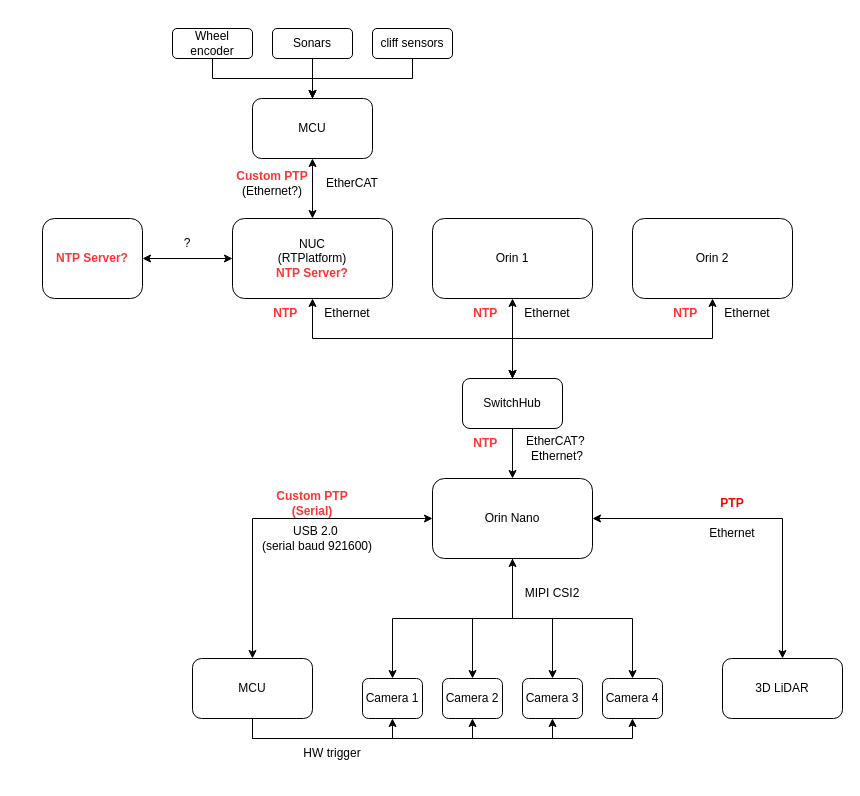
This is 260122_vision_sensor_hw_config.drawio from chkim-holiday/draw_io_storage, a draw.io file, before an edit. Source tidied: cells renumbered, new cells numbered last; positions are measured from the earlier drawing's top-left corner, leaving out a move shared by most shapes. Both pictures are drawn from the tidied source at 100%, with x=0, y=0 at pixel (42, 28).
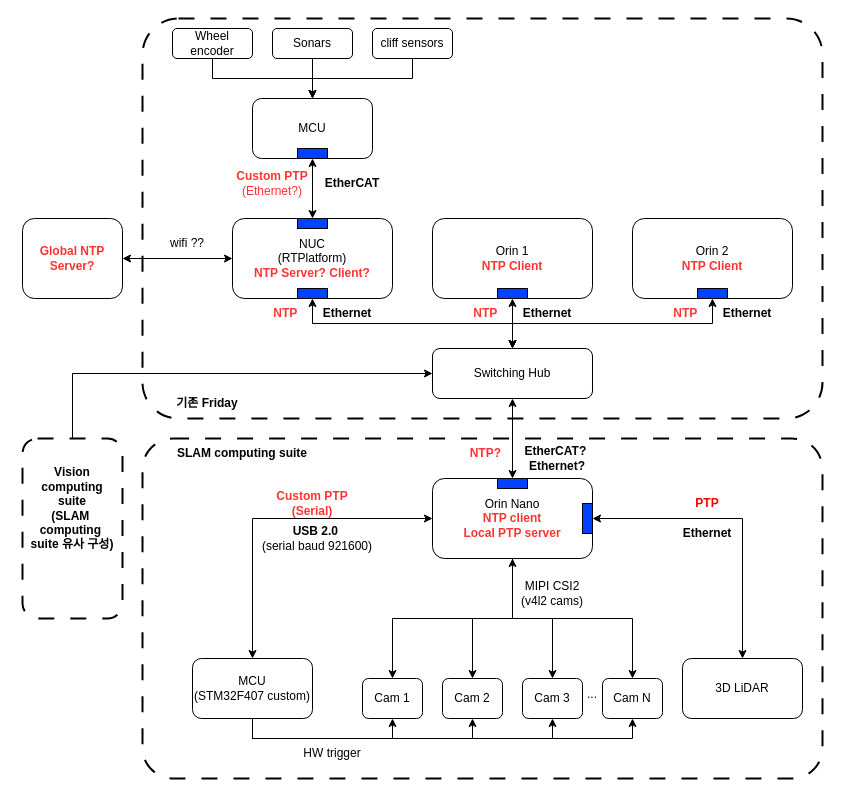
The same diagram, later.

The edit, as a diff of the source:
```diff
@@
+    <mxCell id="54" style="rounded=1;whiteSpace=wrap;html=1;fillColor=none;dashed=1;dashPattern=8 8;arcSize=9;strokeWidth=2;" parent="1" vertex="1">
+      <mxGeometry x="100" y="-10" width="680" height="400" as="geometry" />
+    </mxCell>
+    <mxCell id="55" style="rounded=1;whiteSpace=wrap;html=1;fillColor=none;dashed=1;dashPattern=8 8;arcSize=9;strokeWidth=2;" parent="1" vertex="1">
+      <mxGeometry x="100" y="410" width="680" height="340" as="geometry" />
+    </mxCell>
@@
-    <mxCell id="8" style="edgeStyle=orthogonalEdgeStyle;rounded=0;jettySize=auto;html=1;exitX=0.5;exitY=0;exitDx=0;exitDy=0;entryX=0.5;entryY=1;entryDx=0;entryDy=0;startArrow=classic;startFill=1;" parent="1" edge="1" source="9">
-      <mxGeometry relative="1" as="geometry">
-        <mxPoint x="470" y="370" as="targetPoint" />
-      </mxGeometry>
-    </mxCell>
-    <mxCell id="9" value="Orin Nano" style="rounded=1;whiteSpace=wrap;html=1;" parent="1" vertex="1">
+    <mxCell id="9" value="Orin Nano&lt;div&gt;&lt;b&gt;&lt;font style=&quot;color: rgb(255, 51, 51);&quot;&gt;NTP client&lt;/font&gt;&lt;/b&gt;&lt;/div&gt;&lt;div&gt;&lt;b&gt;&lt;font style=&quot;color: rgb(255, 51, 51);&quot;&gt;Local PTP server&lt;/font&gt;&lt;/b&gt;&lt;/div&gt;" style="rounded=1;whiteSpace=wrap;html=1;" parent="1" vertex="1">
       <mxGeometry x="390" y="450" width="160" height="80" as="geometry" />
     </mxCell>
@@
-    <mxCell id="14" value="MCU" style="rounded=1;whiteSpace=wrap;html=1;" parent="1" vertex="1">
+    <mxCell id="14" value="MCU&lt;div&gt;(STM32F407 custom)&lt;/div&gt;" style="rounded=1;whiteSpace=wrap;html=1;" parent="1" vertex="1">
       <mxGeometry x="150" y="630" width="120" height="60" as="geometry" />
     </mxCell>
-    <mxCell id="15" value="Camera 1" style="rounded=1;whiteSpace=wrap;html=1;" parent="1" vertex="1">
+    <mxCell id="15" value="Cam 1" style="rounded=1;whiteSpace=wrap;html=1;" parent="1" vertex="1">
       <mxGeometry x="320" y="650" width="60" height="40" as="geometry" />
     </mxCell>
-    <mxCell id="16" value="Camera 2" style="rounded=1;whiteSpace=wrap;html=1;" parent="1" vertex="1">
+    <mxCell id="16" value="Cam 2" style="rounded=1;whiteSpace=wrap;html=1;" parent="1" vertex="1">
       <mxGeometry x="400" y="650" width="60" height="40" as="geometry" />
     </mxCell>
-    <mxCell id="17" value="Camera 3" style="rounded=1;whiteSpace=wrap;html=1;" parent="1" vertex="1">
+    <mxCell id="17" value="Cam 3" style="rounded=1;whiteSpace=wrap;html=1;" parent="1" vertex="1">
       <mxGeometry x="480" y="650" width="60" height="40" as="geometry" />
     </mxCell>
-    <mxCell id="18" value="Camera 4" style="rounded=1;whiteSpace=wrap;html=1;" parent="1" vertex="1">
+    <mxCell id="18" value="Cam N" style="rounded=1;whiteSpace=wrap;html=1;" parent="1" vertex="1">
       <mxGeometry x="560" y="650" width="60" height="40" as="geometry" />
     </mxCell>
-    <mxCell id="19" value="USB 2.0&amp;nbsp;&lt;div&gt;(serial baud 921600)&lt;/div&gt;" style="text;html=1;whiteSpace=wrap;strokeColor=none;fillColor=none;align=center;verticalAlign=middle;rounded=0;" parent="1" vertex="1">
+    <mxCell id="19" value="&lt;b&gt;USB 2.0&amp;nbsp;&lt;/b&gt;&lt;div&gt;(serial baud 921600)&lt;/div&gt;" style="text;html=1;whiteSpace=wrap;strokeColor=none;fillColor=none;align=center;verticalAlign=middle;rounded=0;" parent="1" vertex="1">
       <mxGeometry x="210" y="490" width="130" height="40" as="geometry" />
     </mxCell>
-    <mxCell id="20" value="MIPI CSI2" style="text;html=1;whiteSpace=wrap;strokeColor=none;fillColor=none;align=center;verticalAlign=middle;rounded=0;" parent="1" vertex="1">
-      <mxGeometry x="470" y="550" width="80" height="30" as="geometry" />
+    <mxCell id="20" value="MIPI CSI2&lt;div&gt;(v4l2 cams)&lt;/div&gt;" style="text;html=1;whiteSpace=wrap;strokeColor=none;fillColor=none;align=center;verticalAlign=middle;rounded=0;" parent="1" vertex="1">
+      <mxGeometry x="465" y="545" width="90" height="40" as="geometry" />
     </mxCell>
     <mxCell id="21" value="3D LiDAR" style="rounded=1;whiteSpace=wrap;html=1;" parent="1" vertex="1">
-      <mxGeometry x="680" y="630" width="120" height="60" as="geometry" />
+      <mxGeometry x="640" y="630" width="120" height="60" as="geometry" />
     </mxCell>
-    <mxCell id="22" value="Ethernet" style="text;html=1;whiteSpace=wrap;strokeColor=none;fillColor=none;align=center;verticalAlign=middle;rounded=0;" parent="1" vertex="1">
-      <mxGeometry x="655" y="490" width="70" height="30" as="geometry" />
+    <mxCell id="22" value="&lt;b&gt;Ethernet&lt;/b&gt;" style="text;html=1;whiteSpace=wrap;strokeColor=none;fillColor=none;align=center;verticalAlign=middle;rounded=0;" parent="1" vertex="1">
+      <mxGeometry x="630" y="490" width="70" height="30" as="geometry" />
     </mxCell>
@@
-    <mxCell id="24" value="EtherCAT?&amp;nbsp;&lt;div&gt;Ethernet?&lt;/div&gt;" style="text;html=1;whiteSpace=wrap;strokeColor=none;fillColor=none;align=center;verticalAlign=middle;rounded=0;" parent="1" vertex="1">
-      <mxGeometry x="470" y="400" width="90" height="40" as="geometry" />
+    <mxCell id="24" value="&lt;b&gt;EtherCAT?&amp;nbsp;&lt;/b&gt;&lt;div&gt;&lt;b&gt;Ethernet?&lt;/b&gt;&lt;/div&gt;" style="text;html=1;whiteSpace=wrap;strokeColor=none;fillColor=none;align=center;verticalAlign=middle;rounded=0;" parent="1" vertex="1">
+      <mxGeometry x="470" y="410" width="90" height="40" as="geometry" />
     </mxCell>
@@
-    <mxCell id="26" value="&lt;b&gt;&lt;font style=&quot;color: rgb(255, 51, 51);&quot;&gt;NTP&amp;nbsp;&lt;/font&gt;&lt;/b&gt;" style="text;html=1;whiteSpace=wrap;strokeColor=none;fillColor=none;align=center;verticalAlign=middle;rounded=0;" parent="1" vertex="1">
-      <mxGeometry x="420" y="400" width="50" height="30" as="geometry" />
+    <mxCell id="26" value="&lt;b&gt;&lt;font style=&quot;color: rgb(255, 51, 51);&quot;&gt;NTP?&amp;nbsp;&lt;/font&gt;&lt;/b&gt;" style="text;html=1;whiteSpace=wrap;strokeColor=none;fillColor=none;align=center;verticalAlign=middle;rounded=0;" parent="1" vertex="1">
+      <mxGeometry x="415" y="410" width="60" height="30" as="geometry" />
     </mxCell>
     <mxCell id="27" value="&lt;b&gt;&lt;font style=&quot;color: light-dark(rgb(255, 0, 0), rgb(237, 237, 237));&quot;&gt;PTP&lt;/font&gt;&lt;/b&gt;" style="text;html=1;whiteSpace=wrap;strokeColor=none;fillColor=none;align=center;verticalAlign=middle;rounded=0;" parent="1" vertex="1">
-      <mxGeometry x="665" y="460" width="50" height="30" as="geometry" />
+      <mxGeometry x="640" y="460" width="50" height="30" as="geometry" />
     </mxCell>
@@
-    <mxCell id="30" value="NUC&lt;div&gt;(RTPlatform)&lt;/div&gt;&lt;div&gt;&lt;b&gt;&lt;font style=&quot;color: rgb(255, 51, 51);&quot;&gt;NTP Server?&lt;/font&gt;&lt;/b&gt;&lt;/div&gt;" style="rounded=1;whiteSpace=wrap;html=1;" parent="1" vertex="1">
+    <mxCell id="30" value="NUC&lt;div&gt;(RTPlatform)&lt;/div&gt;&lt;div&gt;&lt;b&gt;&lt;font style=&quot;color: rgb(255, 51, 51);&quot;&gt;NTP Server? Client?&lt;/font&gt;&lt;/b&gt;&lt;/div&gt;" style="rounded=1;whiteSpace=wrap;html=1;" parent="1" vertex="1">
       <mxGeometry x="190" y="190" width="160" height="80" as="geometry" />
     </mxCell>
@@
-    <mxCell id="32" value="Orin 1" style="rounded=1;whiteSpace=wrap;html=1;" parent="1" vertex="1">
+    <mxCell id="32" value="Orin 1&lt;div&gt;&lt;b&gt;&lt;font style=&quot;color: rgb(255, 51, 51);&quot;&gt;NTP Client&lt;/font&gt;&lt;/b&gt;&lt;/div&gt;" style="rounded=1;whiteSpace=wrap;html=1;" parent="1" vertex="1">
       <mxGeometry x="390" y="190" width="160" height="80" as="geometry" />
     </mxCell>
@@
-    <mxCell id="34" value="Orin 2" style="rounded=1;whiteSpace=wrap;html=1;" parent="1" vertex="1">
+    <mxCell id="34" value="Orin 2&lt;div&gt;&lt;b&gt;&lt;font style=&quot;color: rgb(255, 51, 51);&quot;&gt;NTP Client&lt;/font&gt;&lt;/b&gt;&lt;/div&gt;" style="rounded=1;whiteSpace=wrap;html=1;" parent="1" vertex="1">
       <mxGeometry x="590" y="190" width="160" height="80" as="geometry" />
     </mxCell>
+    <mxCell id="56" style="edgeStyle=orthogonalEdgeStyle;rounded=0;jettySize=auto;html=1;exitX=0.5;exitY=1;exitDx=0;exitDy=0;entryX=0.5;entryY=0;entryDx=0;entryDy=0;startArrow=classic;startFill=1;" parent="1" edge="1" source="35" target="9">
+      <mxGeometry relative="1" as="geometry" />
+    </mxCell>
-    <mxCell id="35" value="SwitchHub" style="rounded=1;whiteSpace=wrap;html=1;" parent="1" vertex="1">
-      <mxGeometry x="420" y="350" width="100" height="50" as="geometry" />
+    <mxCell id="35" value="Switching Hub" style="rounded=1;whiteSpace=wrap;html=1;" parent="1" vertex="1">
+      <mxGeometry x="390" y="320" width="160" height="50" as="geometry" />
     </mxCell>
@@
-    <mxCell id="37" value="EtherCAT" style="text;html=1;whiteSpace=wrap;strokeColor=none;fillColor=none;align=center;verticalAlign=middle;rounded=0;" parent="1" vertex="1">
+    <mxCell id="37" value="&lt;b&gt;EtherCAT&lt;/b&gt;" style="text;html=1;whiteSpace=wrap;strokeColor=none;fillColor=none;align=center;verticalAlign=middle;rounded=0;" parent="1" vertex="1">
       <mxGeometry x="270" y="140" width="80" height="30" as="geometry" />
     </mxCell>
@@
-    <mxCell id="47" value="&lt;b&gt;&lt;font style=&quot;color: rgb(255, 51, 51);&quot;&gt;Custom PTP&lt;/font&gt;&lt;/b&gt;&lt;div&gt;(Ethernet?)&lt;/div&gt;" style="text;html=1;whiteSpace=wrap;strokeColor=none;fillColor=none;align=center;verticalAlign=middle;rounded=0;" parent="1" vertex="1">
+    <mxCell id="47" value="&lt;b&gt;&lt;font style=&quot;color: rgb(255, 51, 51);&quot;&gt;Custom PTP&lt;/font&gt;&lt;/b&gt;&lt;div&gt;&lt;font style=&quot;color: rgb(255, 51, 51);&quot;&gt;(Ethernet?)&lt;/font&gt;&lt;/div&gt;" style="text;html=1;whiteSpace=wrap;strokeColor=none;fillColor=none;align=center;verticalAlign=middle;rounded=0;" parent="1" vertex="1">
       <mxGeometry x="185" y="135" width="90" height="40" as="geometry" />
     </mxCell>
-    <mxCell id="48" value="Ethernet" style="text;html=1;whiteSpace=wrap;strokeColor=none;fillColor=none;align=center;verticalAlign=middle;rounded=0;" parent="1" vertex="1">
+    <mxCell id="48" value="&lt;b&gt;Ethernet&lt;/b&gt;" style="text;html=1;whiteSpace=wrap;strokeColor=none;fillColor=none;align=center;verticalAlign=middle;rounded=0;" parent="1" vertex="1">
       <mxGeometry x="270" y="270" width="70" height="30" as="geometry" />
     </mxCell>
-    <mxCell id="49" value="Ethernet" style="text;html=1;whiteSpace=wrap;strokeColor=none;fillColor=none;align=center;verticalAlign=middle;rounded=0;" parent="1" vertex="1">
+    <mxCell id="49" value="&lt;b&gt;Ethernet&lt;/b&gt;" style="text;html=1;whiteSpace=wrap;strokeColor=none;fillColor=none;align=center;verticalAlign=middle;rounded=0;" parent="1" vertex="1">
       <mxGeometry x="470" y="270" width="70" height="30" as="geometry" />
     </mxCell>
-    <mxCell id="50" value="Ethernet" style="text;html=1;whiteSpace=wrap;strokeColor=none;fillColor=none;align=center;verticalAlign=middle;rounded=0;" parent="1" vertex="1">
+    <mxCell id="50" value="&lt;b&gt;Ethernet&lt;/b&gt;" style="text;html=1;whiteSpace=wrap;strokeColor=none;fillColor=none;align=center;verticalAlign=middle;rounded=0;" parent="1" vertex="1">
       <mxGeometry x="670" y="270" width="70" height="30" as="geometry" />
     </mxCell>
@@
-    <mxCell id="52" value="&lt;div&gt;&lt;b&gt;&lt;font style=&quot;color: rgb(255, 51, 51);&quot;&gt;NTP Server?&lt;/font&gt;&lt;/b&gt;&lt;/div&gt;" style="rounded=1;whiteSpace=wrap;html=1;" parent="1" vertex="1">
-      <mxGeometry y="190" width="100" height="80" as="geometry" />
+    <mxCell id="52" value="&lt;div&gt;&lt;b&gt;&lt;font style=&quot;color: rgb(255, 51, 51);&quot;&gt;Global&amp;nbsp;&lt;/font&gt;&lt;/b&gt;&lt;b style=&quot;background-color: transparent; color: light-dark(rgb(0, 0, 0), rgb(255, 255, 255));&quot;&gt;&lt;font style=&quot;color: rgb(255, 51, 51);&quot;&gt;NTP Server?&lt;/font&gt;&lt;/b&gt;&lt;/div&gt;" style="rounded=1;whiteSpace=wrap;html=1;" parent="1" vertex="1">
+      <mxGeometry x="-20" y="190" width="100" height="80" as="geometry" />
     </mxCell>
-    <mxCell id="53" value="?" style="text;html=1;whiteSpace=wrap;strokeColor=none;fillColor=none;align=center;verticalAlign=middle;rounded=0;" parent="1" vertex="1">
-      <mxGeometry x="130" y="200" width="30" height="30" as="geometry" />
+    <mxCell id="53" value="wifi ??" style="text;html=1;whiteSpace=wrap;strokeColor=none;fillColor=none;align=center;verticalAlign=middle;rounded=0;" parent="1" vertex="1">
+      <mxGeometry x="115" y="200" width="60" height="30" as="geometry" />
     </mxCell>
+    <mxCell id="57" value="..." style="text;html=1;whiteSpace=wrap;strokeColor=none;fillColor=none;align=center;verticalAlign=middle;rounded=0;" parent="1" vertex="1">
+      <mxGeometry x="535" y="651" width="30" height="30" as="geometry" />
+    </mxCell>
+    <mxCell id="58" value="&lt;b&gt;기존 Friday&lt;/b&gt;" style="text;html=1;whiteSpace=wrap;strokeColor=none;fillColor=none;align=center;verticalAlign=middle;rounded=0;" parent="1" vertex="1">
+      <mxGeometry x="125" y="360" width="80" height="30" as="geometry" />
+    </mxCell>
+    <mxCell id="59" value="&lt;b&gt;SLAM computing suite&lt;/b&gt;" style="text;html=1;whiteSpace=wrap;strokeColor=none;fillColor=none;align=center;verticalAlign=middle;rounded=0;" parent="1" vertex="1">
+      <mxGeometry x="125" y="410" width="150" height="30" as="geometry" />
+    </mxCell>
+    <mxCell id="60" style="rounded=0;whiteSpace=wrap;html=1;fillColor=#0042FF;" parent="1" vertex="1">
+      <mxGeometry x="255" y="190" width="30" height="10" as="geometry" />
+    </mxCell>
+    <mxCell id="61" style="rounded=0;whiteSpace=wrap;html=1;fillColor=#0042FF;" parent="1" vertex="1">
+      <mxGeometry x="255" y="260" width="30" height="10" as="geometry" />
+    </mxCell>
+    <mxCell id="62" style="rounded=0;whiteSpace=wrap;html=1;fillColor=#0042FF;" parent="1" vertex="1">
+      <mxGeometry x="655" y="260" width="30" height="10" as="geometry" />
+    </mxCell>
+    <mxCell id="63" style="rounded=0;whiteSpace=wrap;html=1;fillColor=#0042FF;" parent="1" vertex="1">
+      <mxGeometry x="455" y="260" width="30" height="10" as="geometry" />
+    </mxCell>
+    <mxCell id="64" style="rounded=0;whiteSpace=wrap;html=1;fillColor=#0042FF;" parent="1" vertex="1">
+      <mxGeometry x="455" y="450" width="30" height="10" as="geometry" />
+    </mxCell>
+    <mxCell id="65" style="rounded=0;whiteSpace=wrap;html=1;fillColor=#0042FF;rotation=90;" parent="1" vertex="1">
+      <mxGeometry x="530" y="485" width="30" height="10" as="geometry" />
+    </mxCell>
+    <mxCell id="66" style="rounded=0;whiteSpace=wrap;html=1;fillColor=#0042FF;" parent="1" vertex="1">
+      <mxGeometry x="255" y="120" width="30" height="10" as="geometry" />
+    </mxCell>
+    <mxCell id="67" style="edgeStyle=orthogonalEdgeStyle;rounded=0;jettySize=auto;html=1;exitX=0.5;exitY=0;exitDx=0;exitDy=0;entryX=0;entryY=0.5;entryDx=0;entryDy=0;" parent="1" edge="1" source="68" target="35">
+      <mxGeometry relative="1" as="geometry" />
+    </mxCell>
+    <mxCell id="68" style="rounded=1;whiteSpace=wrap;html=1;fillColor=none;dashed=1;dashPattern=8 8;arcSize=15;strokeWidth=2;" parent="1" vertex="1">
+      <mxGeometry x="-20" y="410" width="100" height="180" as="geometry" />
+    </mxCell>
+    <mxCell id="69" value="&lt;b&gt;Vision &lt;br&gt;computing &lt;br&gt;suite&lt;/b&gt;&lt;div&gt;&lt;b&gt;(SLAM&amp;nbsp;&lt;/b&gt;&lt;/div&gt;&lt;div&gt;&lt;b&gt;computing&amp;nbsp;&lt;/b&gt;&lt;/div&gt;&lt;div&gt;&lt;b&gt;suite 유사 구성)&lt;/b&gt;&lt;/div&gt;" style="text;html=1;whiteSpace=wrap;strokeColor=none;fillColor=none;align=center;verticalAlign=middle;rounded=0;" parent="1" vertex="1">
+      <mxGeometry x="-25" y="430" width="110" height="100" as="geometry" />
+    </mxCell>
```
